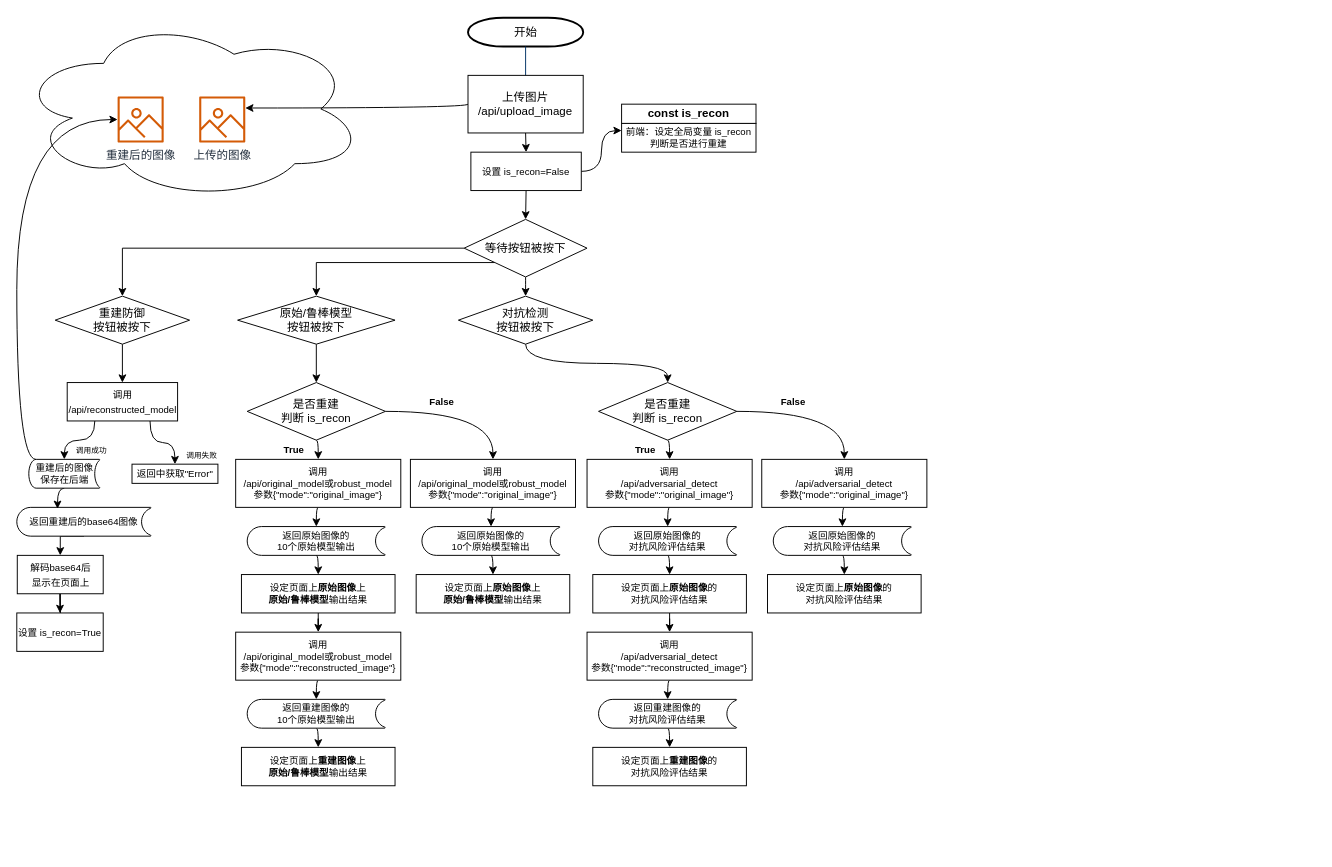
Earlier version of the draw.io diagram docs/robustAI.drawio (HenryZhuHR/simple-flask). Source tidied: cells renumbered, new cells numbered last; positions are measured from the earlier drawing's top-left corner, leaving out a move shared by most shapes. Both pictures are drawn from the tidied source at 96%, with x=0, y=0 at pixel (16, 17).
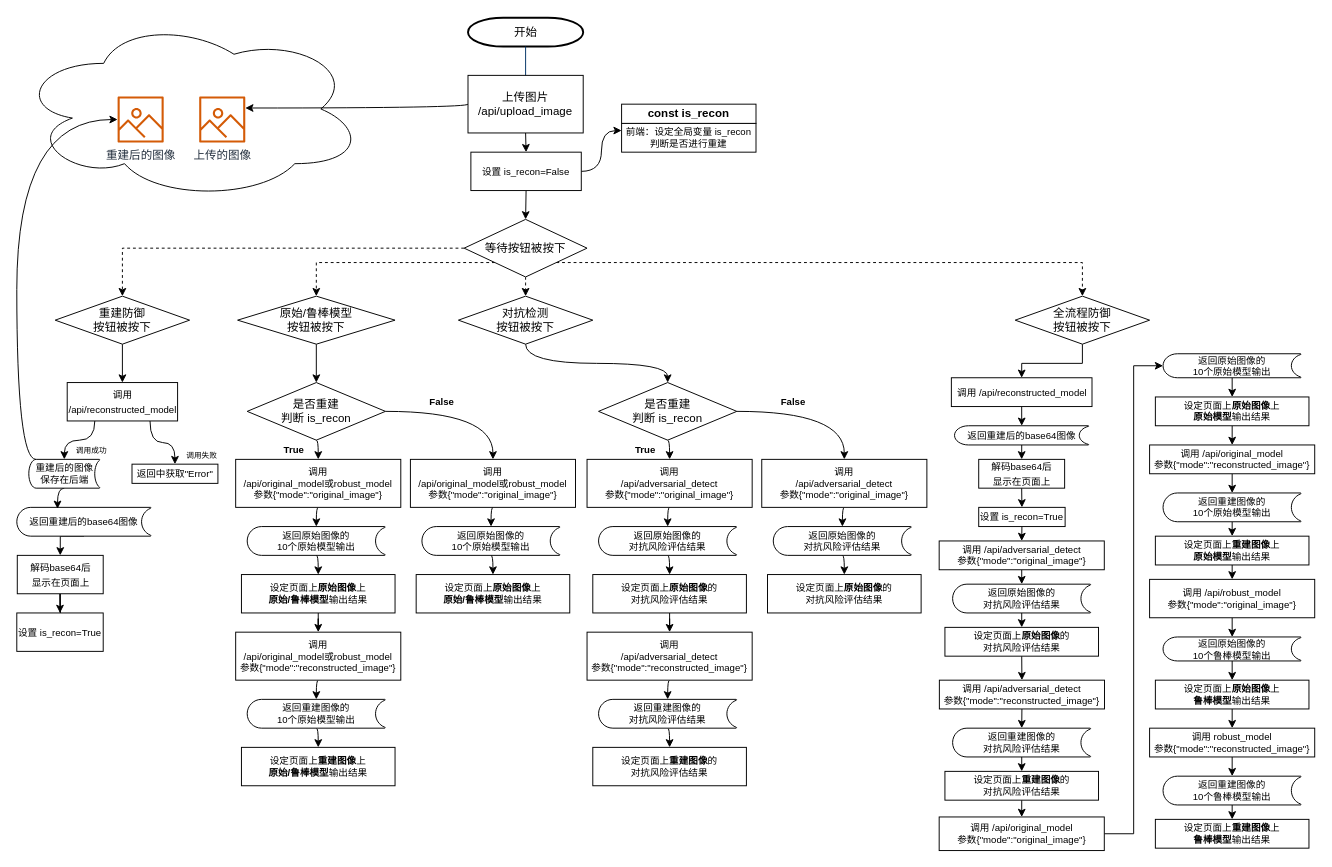
The same diagram, later.

The change refers to these unchanged cells:
```xml
<mxCell id="9" value="原始/鲁棒模型&lt;br&gt;按钮被按下" style="rhombus;whiteSpace=wrap;html=1;" parent="1" vertex="1">
  <mxGeometry x="230" y="290" width="164" height="50" as="geometry" />
</mxCell>
<mxCell id="13" value="&lt;span&gt;等待按钮被按下&lt;/span&gt;" style="rhombus;whiteSpace=wrap;html=1;" parent="1" vertex="1">
  <mxGeometry x="466" y="210" width="128" height="60" as="geometry" />
</mxCell>
<mxCell id="15" value="重建防御&lt;br&gt;按钮被按下" style="rhombus;whiteSpace=wrap;html=1;" parent="1" vertex="1">
  <mxGeometry x="40" y="290" width="140" height="50" as="geometry" />
</mxCell>
<mxCell id="17" value="对抗检测&lt;br&gt;按钮被按下" style="rhombus;whiteSpace=wrap;html=1;" parent="1" vertex="1">
  <mxGeometry x="460" y="290" width="140" height="50" as="geometry" />
</mxCell>
```

Change to the diagram source:
```diff
@@
-    <mxCell id="10" style="edgeStyle=orthogonalEdgeStyle;rounded=0;sketch=0;jettySize=auto;html=1;exitX=0;exitY=0.5;exitDx=0;exitDy=0;entryX=0.5;entryY=0;entryDx=0;entryDy=0;fontSize=10;" parent="1" edge="1" source="13" target="15">
+    <mxCell id="10" style="edgeStyle=orthogonalEdgeStyle;rounded=0;sketch=0;jettySize=auto;html=1;exitX=0;exitY=0.5;exitDx=0;exitDy=0;entryX=0.5;entryY=0;entryDx=0;entryDy=0;fontSize=10;dashed=1;" parent="1" edge="1" source="13" target="15">
       <mxGeometry relative="1" as="geometry" />
     </mxCell>
-    <mxCell id="11" style="edgeStyle=orthogonalEdgeStyle;sketch=0;jettySize=auto;html=1;exitX=0;exitY=1;exitDx=0;exitDy=0;entryX=0.5;entryY=0;entryDx=0;entryDy=0;fontSize=10;rounded=0;" parent="1" edge="1" source="13" target="9">
+    <mxCell id="11" style="edgeStyle=orthogonalEdgeStyle;sketch=0;jettySize=auto;html=1;exitX=0;exitY=1;exitDx=0;exitDy=0;entryX=0.5;entryY=0;entryDx=0;entryDy=0;fontSize=10;rounded=0;dashed=1;" parent="1" edge="1" source="13" target="9">
       <mxGeometry relative="1" as="geometry" />
     </mxCell>
-    <mxCell id="12" style="edgeStyle=orthogonalEdgeStyle;curved=1;sketch=0;jettySize=auto;html=1;exitX=0.5;exitY=1;exitDx=0;exitDy=0;entryX=0.5;entryY=0;entryDx=0;entryDy=0;fontSize=8;" parent="1" edge="1" source="13" target="17">
+    <mxCell id="12" style="edgeStyle=orthogonalEdgeStyle;curved=1;sketch=0;jettySize=auto;html=1;exitX=0.5;exitY=1;exitDx=0;exitDy=0;entryX=0.5;entryY=0;entryDx=0;entryDy=0;fontSize=8;dashed=1;" parent="1" edge="1" source="13" target="17">
       <mxGeometry relative="1" as="geometry" />
     </mxCell>
+    <mxCell id="82" style="edgeStyle=orthogonalEdgeStyle;rounded=0;jettySize=auto;html=1;exitX=1;exitY=1;exitDx=0;exitDy=0;entryX=0.5;entryY=0;entryDx=0;entryDy=0;dashed=1;" parent="1" edge="1" source="13" target="84">
+      <mxGeometry relative="1" as="geometry" />
+    </mxCell>
@@
+    <mxCell id="83" style="edgeStyle=orthogonalEdgeStyle;rounded=0;jettySize=auto;html=1;exitX=0.5;exitY=1;exitDx=0;exitDy=0;entryX=0.5;entryY=0;entryDx=0;entryDy=0;" parent="1" edge="1" source="84" target="86">
+      <mxGeometry relative="1" as="geometry" />
+    </mxCell>
+    <mxCell id="84" value="全流程防御&lt;br&gt;按钮被按下" style="rhombus;whiteSpace=wrap;html=1;" parent="1" vertex="1">
+      <mxGeometry x="1040" y="290" width="140" height="50" as="geometry" />
+    </mxCell>
+    <mxCell id="85" style="edgeStyle=orthogonalEdgeStyle;rounded=0;jettySize=auto;html=1;exitX=0.5;exitY=1;exitDx=0;exitDy=0;entryX=0.5;entryY=0;entryDx=0;entryDy=0;entryPerimeter=0;" parent="1" edge="1" source="86" target="88">
+      <mxGeometry relative="1" as="geometry" />
+    </mxCell>
+    <mxCell id="86" value="&lt;font style=&quot;font-size: 10px&quot;&gt;调用 /api/reconstructed_model&lt;br&gt;&lt;/font&gt;" style="rounded=0;whiteSpace=wrap;html=1;" parent="1" vertex="1">
+      <mxGeometry x="973.5" y="375" width="146.5" height="30" as="geometry" />
+    </mxCell>
+    <mxCell id="87" style="edgeStyle=orthogonalEdgeStyle;rounded=0;jettySize=auto;html=1;exitX=0.5;exitY=1;exitDx=0;exitDy=0;exitPerimeter=0;entryX=0.5;entryY=0;entryDx=0;entryDy=0;" parent="1" edge="1" source="88" target="90">
+      <mxGeometry relative="1" as="geometry" />
+    </mxCell>
+    <mxCell id="88" value="&lt;span&gt;返回重建后的&lt;/span&gt;&lt;span&gt;base64&lt;/span&gt;&lt;span&gt;图像&lt;/span&gt;" style="strokeWidth=1;html=1;shape=mxgraph.flowchart.stored_data;whiteSpace=wrap;fontSize=10;align=center;" parent="1" vertex="1">
+      <mxGeometry x="976.8" y="425" width="140" height="20" as="geometry" />
+    </mxCell>
+    <mxCell id="89" style="edgeStyle=orthogonalEdgeStyle;rounded=0;jettySize=auto;html=1;exitX=0.5;exitY=1;exitDx=0;exitDy=0;entryX=0.5;entryY=0;entryDx=0;entryDy=0;" parent="1" edge="1" source="90" target="92">
+      <mxGeometry relative="1" as="geometry" />
+    </mxCell>
+    <mxCell id="90" value="&lt;font style=&quot;font-size: 10px&quot;&gt;解码base64后&lt;br&gt;显示在页面上&lt;br&gt;&lt;/font&gt;" style="rounded=0;whiteSpace=wrap;html=1;" parent="1" vertex="1">
+      <mxGeometry x="1002" y="460" width="89.5" height="30" as="geometry" />
+    </mxCell>
+    <mxCell id="91" style="edgeStyle=orthogonalEdgeStyle;rounded=0;jettySize=auto;html=1;exitX=0.5;exitY=1;exitDx=0;exitDy=0;entryX=0.5;entryY=0;entryDx=0;entryDy=0;" parent="1" edge="1" source="92" target="106">
+      <mxGeometry relative="1" as="geometry" />
+    </mxCell>
+    <mxCell id="92" value="&lt;font style=&quot;font-size: 10px&quot;&gt;设置 is_recon=True&lt;br&gt;&lt;/font&gt;" style="rounded=0;whiteSpace=wrap;html=1;" parent="1" vertex="1">
+      <mxGeometry x="1002" y="510" width="90" height="20" as="geometry" />
+    </mxCell>
+    <mxCell id="93" style="edgeStyle=orthogonalEdgeStyle;rounded=0;jettySize=auto;html=1;exitX=1;exitY=0.5;exitDx=0;exitDy=0;entryX=0;entryY=0.5;entryDx=0;entryDy=0;entryPerimeter=0;" parent="1" edge="1" source="94" target="98">
+      <mxGeometry relative="1" as="geometry" />
+    </mxCell>
+    <mxCell id="94" value="&lt;span&gt;调用&amp;nbsp;&lt;/span&gt;&lt;span&gt;/api/original_model&lt;/span&gt;&lt;span&gt;&lt;br&gt;参数{&quot;mode&quot;:&quot;original_image&quot;}&lt;br&gt;&lt;/span&gt;" style="rounded=0;whiteSpace=wrap;html=1;fontSize=10;strokeWidth=1;align=center;" parent="1" vertex="1">
+      <mxGeometry x="960.8" y="832.5" width="172" height="35" as="geometry" />
+    </mxCell>
+    <mxCell id="95" style="edgeStyle=orthogonalEdgeStyle;rounded=0;jettySize=auto;html=1;exitX=0.5;exitY=1;exitDx=0;exitDy=0;entryX=0.5;entryY=0;entryDx=0;entryDy=0;" parent="1" edge="1" source="96" target="100">
+      <mxGeometry relative="1" as="geometry" />
+    </mxCell>
+    <mxCell id="96" value="设定页面上&lt;b&gt;原始图像&lt;/b&gt;上&lt;br&gt;&lt;b&gt;原始&lt;/b&gt;&lt;b&gt;模型&lt;/b&gt;输出结果" style="rounded=0;whiteSpace=wrap;html=1;fontSize=10;strokeWidth=1;align=center;" parent="1" vertex="1">
+      <mxGeometry x="1186" y="395" width="160" height="30" as="geometry" />
+    </mxCell>
+    <mxCell id="97" style="edgeStyle=orthogonalEdgeStyle;rounded=0;jettySize=auto;html=1;exitX=0.5;exitY=1;exitDx=0;exitDy=0;exitPerimeter=0;entryX=0.5;entryY=0;entryDx=0;entryDy=0;" parent="1" edge="1" source="98" target="96">
+      <mxGeometry relative="1" as="geometry" />
+    </mxCell>
+    <mxCell id="98" value="返回原始图像的&lt;br&gt;10个原始模型输出" style="strokeWidth=1;html=1;shape=mxgraph.flowchart.stored_data;whiteSpace=wrap;fontSize=10;align=center;" parent="1" vertex="1">
+      <mxGeometry x="1194" y="350" width="144" height="25" as="geometry" />
+    </mxCell>
+    <mxCell id="99" style="edgeStyle=orthogonalEdgeStyle;rounded=0;jettySize=auto;html=1;exitX=0.5;exitY=1;exitDx=0;exitDy=0;entryX=0.5;entryY=0;entryDx=0;entryDy=0;entryPerimeter=0;" parent="1" edge="1" source="100" target="104">
+      <mxGeometry relative="1" as="geometry" />
+    </mxCell>
+    <mxCell id="100" value="&lt;span&gt;调用&amp;nbsp;&lt;/span&gt;&lt;span&gt;/api/original_model&lt;/span&gt;&lt;span&gt;&lt;br&gt;参数{&quot;mode&quot;:&quot;&lt;/span&gt;reconstructed&lt;span&gt;_image&quot;}&lt;br&gt;&lt;/span&gt;" style="rounded=0;whiteSpace=wrap;html=1;fontSize=10;strokeWidth=1;align=center;" parent="1" vertex="1">
+      <mxGeometry x="1180" y="445" width="172" height="30" as="geometry" />
+    </mxCell>
+    <mxCell id="101" style="edgeStyle=orthogonalEdgeStyle;rounded=0;jettySize=auto;html=1;exitX=0.5;exitY=1;exitDx=0;exitDy=0;entryX=0.5;entryY=0;entryDx=0;entryDy=0;" parent="1" edge="1" source="102" target="118">
+      <mxGeometry relative="1" as="geometry" />
+    </mxCell>
+    <mxCell id="102" value="设定页面上&lt;b&gt;重建图像&lt;/b&gt;上&lt;br&gt;&lt;b&gt;原始模型&lt;/b&gt;输出结果" style="rounded=0;whiteSpace=wrap;html=1;fontSize=10;strokeWidth=1;align=center;" parent="1" vertex="1">
+      <mxGeometry x="1186" y="540" width="160" height="30" as="geometry" />
+    </mxCell>
+    <mxCell id="103" style="edgeStyle=orthogonalEdgeStyle;rounded=0;jettySize=auto;html=1;exitX=0.5;exitY=1;exitDx=0;exitDy=0;exitPerimeter=0;entryX=0.5;entryY=0;entryDx=0;entryDy=0;" parent="1" edge="1" source="104" target="102">
+      <mxGeometry relative="1" as="geometry" />
+    </mxCell>
+    <mxCell id="104" value="返回重建图像的&lt;br&gt;10个原始模型输出" style="strokeWidth=1;html=1;shape=mxgraph.flowchart.stored_data;whiteSpace=wrap;fontSize=10;align=center;" parent="1" vertex="1">
+      <mxGeometry x="1194" y="495" width="144" height="30" as="geometry" />
+    </mxCell>
+    <mxCell id="105" style="edgeStyle=orthogonalEdgeStyle;rounded=0;jettySize=auto;html=1;exitX=0.5;exitY=1;exitDx=0;exitDy=0;entryX=0.5;entryY=0;entryDx=0;entryDy=0;entryPerimeter=0;" parent="1" edge="1" source="106" target="110">
+      <mxGeometry relative="1" as="geometry" />
+    </mxCell>
+    <mxCell id="106" value="&lt;span&gt;调用&amp;nbsp;&lt;/span&gt;&lt;span&gt;/api/&lt;/span&gt;&lt;span&gt;adversarial_detect&lt;br&gt;参数{&quot;mode&quot;:&quot;original_image&quot;}&lt;br&gt;&lt;/span&gt;" style="rounded=0;whiteSpace=wrap;html=1;fontSize=10;strokeWidth=1;align=center;" parent="1" vertex="1">
+      <mxGeometry x="960.8" y="545" width="172" height="30" as="geometry" />
+    </mxCell>
+    <mxCell id="107" style="edgeStyle=orthogonalEdgeStyle;rounded=0;jettySize=auto;html=1;exitX=0.5;exitY=1;exitDx=0;exitDy=0;entryX=0.5;entryY=0;entryDx=0;entryDy=0;" parent="1" edge="1" source="108" target="112">
+      <mxGeometry relative="1" as="geometry" />
+    </mxCell>
+    <mxCell id="108" value="设定页面上&lt;b&gt;原始图像&lt;/b&gt;的&lt;br&gt;对抗风险评估结果" style="rounded=0;whiteSpace=wrap;html=1;fontSize=10;strokeWidth=1;align=center;" parent="1" vertex="1">
+      <mxGeometry x="966.8" y="635" width="160" height="30" as="geometry" />
+    </mxCell>
+    <mxCell id="109" style="edgeStyle=orthogonalEdgeStyle;rounded=0;jettySize=auto;html=1;exitX=0.5;exitY=1;exitDx=0;exitDy=0;exitPerimeter=0;entryX=0.5;entryY=0;entryDx=0;entryDy=0;" parent="1" edge="1" source="110" target="108">
+      <mxGeometry relative="1" as="geometry" />
+    </mxCell>
+    <mxCell id="110" value="返回原始图像的&lt;br&gt;对抗风险评估结果" style="strokeWidth=1;html=1;shape=mxgraph.flowchart.stored_data;whiteSpace=wrap;fontSize=10;align=center;" parent="1" vertex="1">
+      <mxGeometry x="974.8" y="590" width="144" height="30" as="geometry" />
+    </mxCell>
+    <mxCell id="111" style="edgeStyle=orthogonalEdgeStyle;rounded=0;jettySize=auto;html=1;exitX=0.5;exitY=1;exitDx=0;exitDy=0;entryX=0.5;entryY=0;entryDx=0;entryDy=0;entryPerimeter=0;" parent="1" edge="1" source="112" target="116">
+      <mxGeometry relative="1" as="geometry" />
+    </mxCell>
+    <mxCell id="112" value="&lt;span&gt;调用&amp;nbsp;&lt;/span&gt;&lt;span&gt;/api/&lt;/span&gt;&lt;span&gt;adversarial_detect&lt;br&gt;参数{&quot;mode&quot;:&quot;&lt;/span&gt;reconstructed&lt;span&gt;_image&quot;}&lt;br&gt;&lt;/span&gt;" style="rounded=0;whiteSpace=wrap;html=1;fontSize=10;strokeWidth=1;align=center;" parent="1" vertex="1">
+      <mxGeometry x="961" y="690" width="172" height="30" as="geometry" />
+    </mxCell>
+    <mxCell id="113" style="edgeStyle=orthogonalEdgeStyle;rounded=0;jettySize=auto;html=1;exitX=0.5;exitY=1;exitDx=0;exitDy=0;entryX=0.5;entryY=0;entryDx=0;entryDy=0;" parent="1" edge="1" source="114" target="94">
+      <mxGeometry relative="1" as="geometry" />
+    </mxCell>
+    <mxCell id="114" value="设定页面上&lt;b&gt;重建图像&lt;/b&gt;的&lt;br&gt;对抗风险评估结果" style="rounded=0;whiteSpace=wrap;html=1;fontSize=10;strokeWidth=1;align=center;" parent="1" vertex="1">
+      <mxGeometry x="966.8" y="785" width="160" height="30" as="geometry" />
+    </mxCell>
+    <mxCell id="115" style="edgeStyle=orthogonalEdgeStyle;rounded=0;jettySize=auto;html=1;exitX=0.5;exitY=1;exitDx=0;exitDy=0;exitPerimeter=0;entryX=0.5;entryY=0;entryDx=0;entryDy=0;" parent="1" edge="1" source="116" target="114">
+      <mxGeometry relative="1" as="geometry" />
+    </mxCell>
+    <mxCell id="116" value="返回重建图像的&lt;br&gt;对抗风险评估结果" style="strokeWidth=1;html=1;shape=mxgraph.flowchart.stored_data;whiteSpace=wrap;fontSize=10;align=center;" parent="1" vertex="1">
+      <mxGeometry x="974.8" y="740" width="144" height="30" as="geometry" />
+    </mxCell>
+    <mxCell id="117" style="edgeStyle=orthogonalEdgeStyle;rounded=0;jettySize=auto;html=1;exitX=0.5;exitY=1;exitDx=0;exitDy=0;entryX=0.5;entryY=0;entryDx=0;entryDy=0;entryPerimeter=0;" parent="1" edge="1" source="118" target="122">
+      <mxGeometry relative="1" as="geometry" />
+    </mxCell>
+    <mxCell id="118" value="&lt;span&gt;调用&amp;nbsp;&lt;/span&gt;&lt;span&gt;/api/&lt;/span&gt;robust_model&lt;span&gt;&lt;br&gt;参数{&quot;mode&quot;:&quot;original_image&quot;}&lt;br&gt;&lt;/span&gt;" style="rounded=0;whiteSpace=wrap;html=1;fontSize=10;strokeWidth=1;align=center;" parent="1" vertex="1">
+      <mxGeometry x="1180" y="585" width="172" height="40" as="geometry" />
+    </mxCell>
+    <mxCell id="119" style="edgeStyle=orthogonalEdgeStyle;rounded=0;jettySize=auto;html=1;exitX=0.5;exitY=1;exitDx=0;exitDy=0;entryX=0.5;entryY=0;entryDx=0;entryDy=0;" parent="1" edge="1" source="120" target="124">
+      <mxGeometry relative="1" as="geometry" />
+    </mxCell>
+    <mxCell id="120" value="设定页面上&lt;b&gt;原始图像&lt;/b&gt;上&lt;br&gt;&lt;b&gt;鲁棒&lt;/b&gt;&lt;b&gt;模型&lt;/b&gt;输出结果" style="rounded=0;whiteSpace=wrap;html=1;fontSize=10;strokeWidth=1;align=center;" parent="1" vertex="1">
+      <mxGeometry x="1186" y="690" width="160" height="30" as="geometry" />
+    </mxCell>
+    <mxCell id="121" style="edgeStyle=orthogonalEdgeStyle;rounded=0;jettySize=auto;html=1;exitX=0.5;exitY=1;exitDx=0;exitDy=0;exitPerimeter=0;entryX=0.5;entryY=0;entryDx=0;entryDy=0;" parent="1" edge="1" source="122" target="120">
+      <mxGeometry relative="1" as="geometry" />
+    </mxCell>
+    <mxCell id="122" value="返回原始图像的&lt;br&gt;10个鲁棒模型输出" style="strokeWidth=1;html=1;shape=mxgraph.flowchart.stored_data;whiteSpace=wrap;fontSize=10;align=center;" parent="1" vertex="1">
+      <mxGeometry x="1194" y="645" width="144" height="25" as="geometry" />
+    </mxCell>
+    <mxCell id="123" style="edgeStyle=orthogonalEdgeStyle;rounded=0;jettySize=auto;html=1;exitX=0.5;exitY=1;exitDx=0;exitDy=0;entryX=0.5;entryY=0;entryDx=0;entryDy=0;entryPerimeter=0;" parent="1" edge="1" source="124" target="127">
+      <mxGeometry relative="1" as="geometry" />
+    </mxCell>
+    <mxCell id="124" value="&lt;span&gt;调用&amp;nbsp;&lt;/span&gt;robust_model&lt;span&gt;&lt;br&gt;参数{&quot;mode&quot;:&quot;&lt;/span&gt;reconstructed&lt;span&gt;_image&quot;}&lt;br&gt;&lt;/span&gt;" style="rounded=0;whiteSpace=wrap;html=1;fontSize=10;strokeWidth=1;align=center;" parent="1" vertex="1">
+      <mxGeometry x="1180" y="740" width="172" height="30" as="geometry" />
+    </mxCell>
+    <mxCell id="125" value="设定页面上&lt;b&gt;重建图像&lt;/b&gt;上&lt;br&gt;&lt;b&gt;鲁棒模型&lt;/b&gt;输出结果" style="rounded=0;whiteSpace=wrap;html=1;fontSize=10;strokeWidth=1;align=center;" parent="1" vertex="1">
+      <mxGeometry x="1186" y="835" width="160" height="30" as="geometry" />
+    </mxCell>
+    <mxCell id="126" style="edgeStyle=orthogonalEdgeStyle;rounded=0;jettySize=auto;html=1;exitX=0.5;exitY=1;exitDx=0;exitDy=0;exitPerimeter=0;entryX=0.5;entryY=0;entryDx=0;entryDy=0;" parent="1" edge="1" source="127" target="125">
+      <mxGeometry relative="1" as="geometry" />
+    </mxCell>
+    <mxCell id="127" value="返回重建图像的&lt;br&gt;10个鲁棒模型输出" style="strokeWidth=1;html=1;shape=mxgraph.flowchart.stored_data;whiteSpace=wrap;fontSize=10;align=center;" parent="1" vertex="1">
+      <mxGeometry x="1194" y="790" width="144" height="30" as="geometry" />
+    </mxCell>
```
